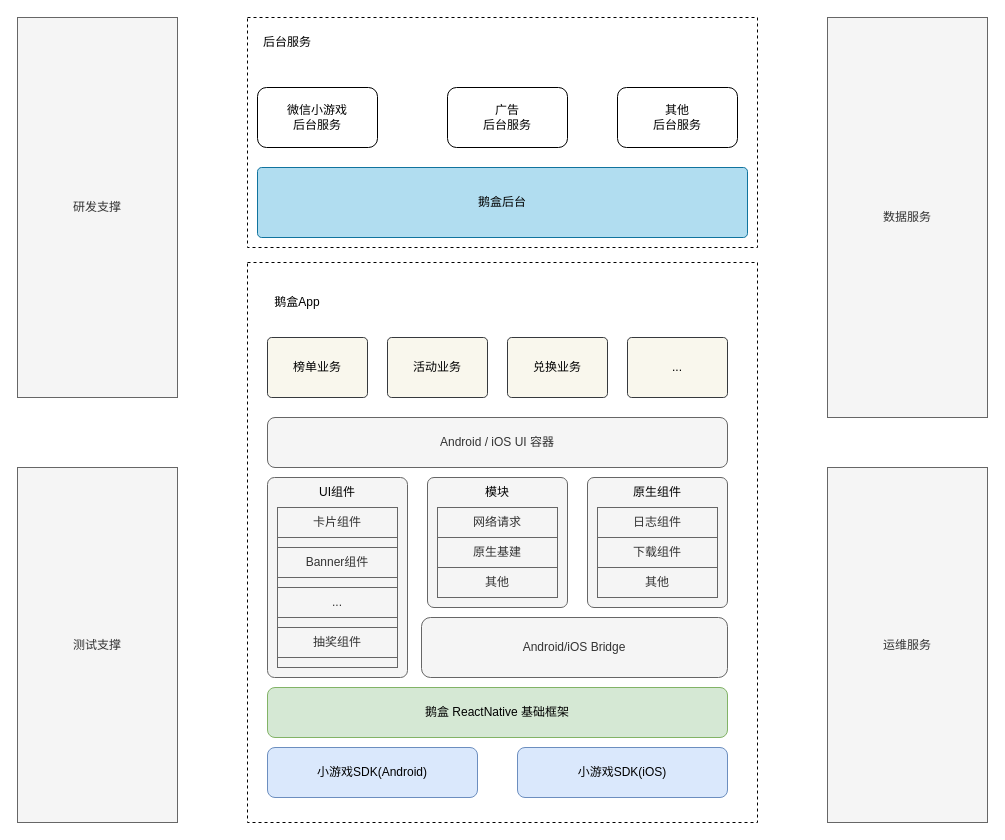
Earlier version of the draw.io diagram DiDaPic/ehe.drawio (wadesheng/MarkdownPhotos). Source tidied: cells renumbered, new cells numbered last; positions are measured from the earlier drawing's top-left corner, leaving out a move shared by most shapes. Both pictures are drawn from the tidied source at 100%, with x=0, y=0 at pixel (17, 17).
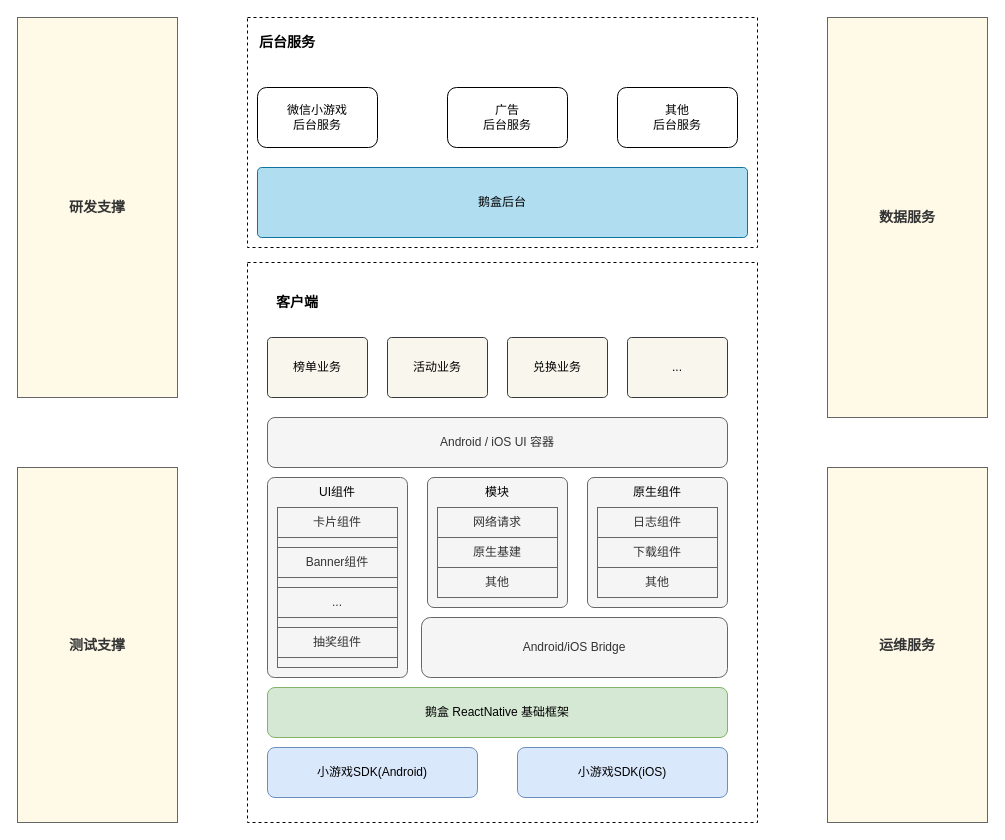
Above is the later version.

The edit, as a diff of the source:
```diff
@@
-    <mxCell id="26" value="鹅盒App" style="text;html=1;strokeColor=none;fillColor=none;align=center;verticalAlign=middle;whiteSpace=wrap;rounded=0;dashed=1;" parent="1" vertex="1">
+    <mxCell id="26" value="&lt;h3&gt;客户端&lt;/h3&gt;" style="text;html=1;strokeColor=none;fillColor=none;align=center;verticalAlign=middle;whiteSpace=wrap;rounded=0;dashed=1;" parent="1" vertex="1">
       <mxGeometry x="250" y="270" width="60" height="30" as="geometry" />
     </mxCell>
@@
-    <mxCell id="31" value="研发支撑" style="rounded=0;whiteSpace=wrap;html=1;fillColor=#f5f5f5;fontColor=#333333;strokeColor=#666666;" parent="1" vertex="1">
+    <mxCell id="31" value="&lt;h3&gt;研发支撑&lt;/h3&gt;" style="rounded=0;whiteSpace=wrap;html=1;fillColor=#FFFAE8;fontColor=#333333;strokeColor=#666666;" parent="1" vertex="1">
       <mxGeometry width="160" height="380" as="geometry" />
     </mxCell>
-    <mxCell id="32" value="测试支撑" style="rounded=0;whiteSpace=wrap;html=1;fillColor=#f5f5f5;fontColor=#333333;strokeColor=#666666;" parent="1" vertex="1">
+    <mxCell id="32" value="&lt;h3&gt;测试支撑&lt;/h3&gt;" style="rounded=0;whiteSpace=wrap;html=1;fillColor=#FFFAE8;fontColor=#333333;strokeColor=#666666;" parent="1" vertex="1">
       <mxGeometry y="450" width="160" height="355" as="geometry" />
     </mxCell>
-    <mxCell id="33" value="数据服务" style="rounded=0;whiteSpace=wrap;html=1;fillColor=#f5f5f5;fontColor=#333333;strokeColor=#666666;" parent="1" vertex="1">
+    <mxCell id="33" value="&lt;h3&gt;数据服务&lt;/h3&gt;" style="rounded=0;whiteSpace=wrap;html=1;fillColor=#FFFAE8;fontColor=#333333;strokeColor=#666666;" parent="1" vertex="1">
       <mxGeometry x="810" width="160" height="400" as="geometry" />
     </mxCell>
-    <mxCell id="34" value="运维服务" style="rounded=0;whiteSpace=wrap;html=1;fillColor=#f5f5f5;fontColor=#333333;strokeColor=#666666;" parent="1" vertex="1">
+    <mxCell id="34" value="&lt;h3&gt;运维服务&lt;/h3&gt;" style="rounded=0;whiteSpace=wrap;html=1;fillColor=#FFFAE8;fontColor=#333333;strokeColor=#666666;" parent="1" vertex="1">
       <mxGeometry x="810" y="450" width="160" height="355" as="geometry" />
     </mxCell>
@@
-    <mxCell id="39" value="后台服务" style="text;html=1;strokeColor=none;fillColor=none;align=center;verticalAlign=middle;whiteSpace=wrap;rounded=0;dashed=1;" parent="1" vertex="1">
+    <mxCell id="39" value="&lt;h3&gt;后台服务&lt;/h3&gt;" style="text;html=1;strokeColor=none;fillColor=none;align=center;verticalAlign=middle;whiteSpace=wrap;rounded=0;dashed=1;" parent="1" vertex="1">
       <mxGeometry x="240" y="10" width="60" height="30" as="geometry" />
     </mxCell>
```
